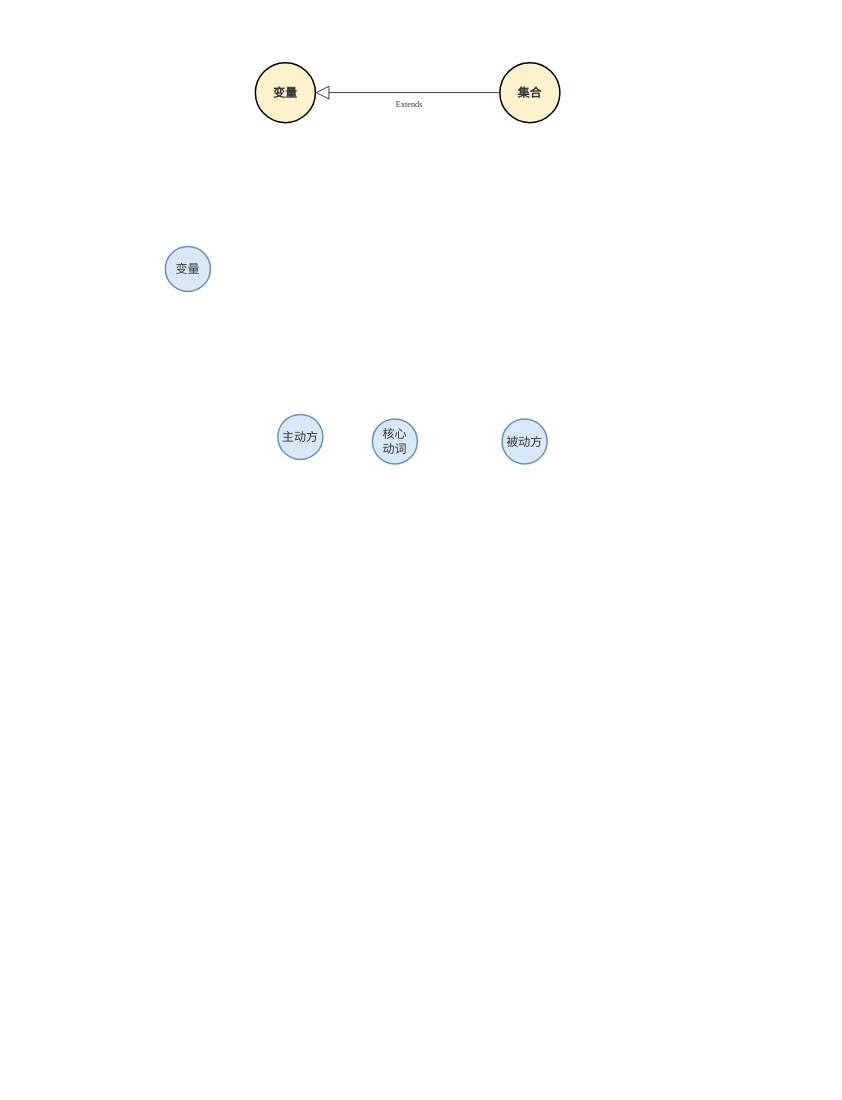
EntelechySystem/EntelechySystem_theory keeps this draw.io diagram as page "语言之结构" (5 of 5) of Notes/概念/概念与语言.drawio. Above is the earlier version. Source tidied: cells renumbered, new cells numbered last; positions are measured from the earlier drawing's top-left corner, leaving out a move shared by most shapes. Both pictures are drawn from the tidied source at 75%, with x=0, y=0 at pixel (165, 62).
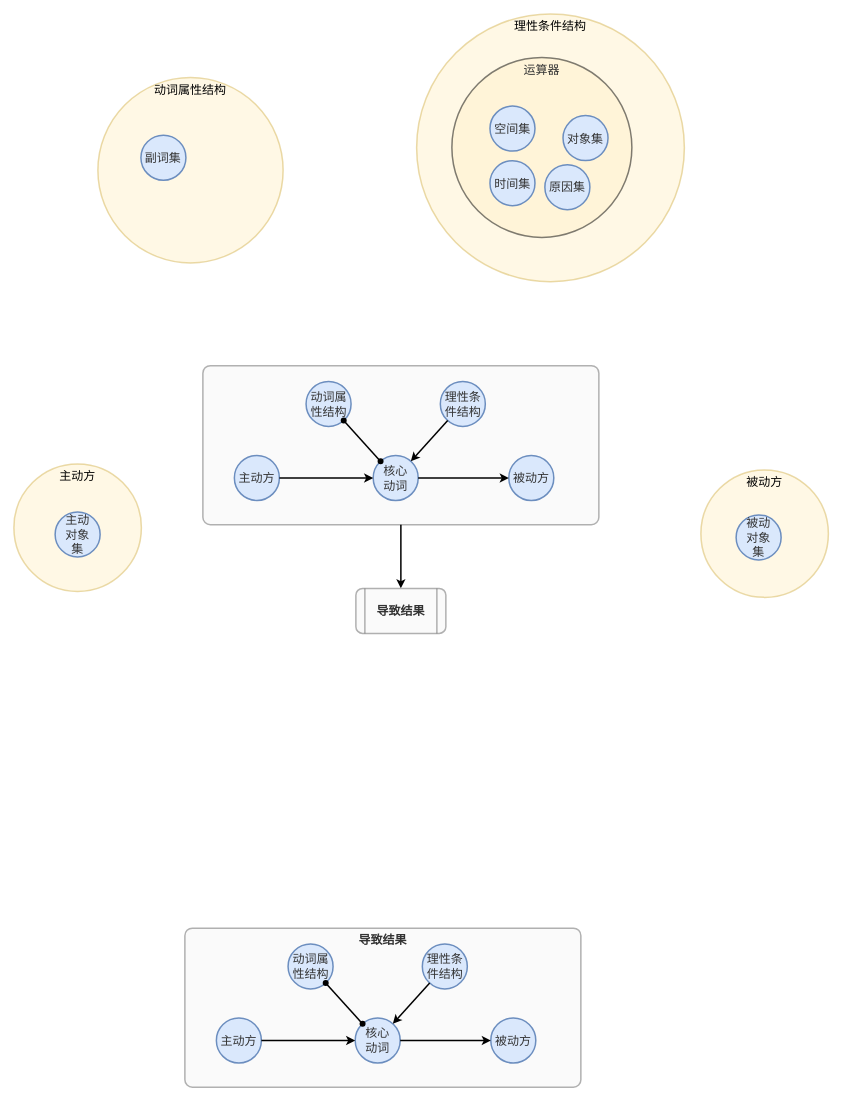
After the change.

The edit, as a diff of the source:
```diff
@@
-    <mxCell id="2" value="变量" style="ellipse;whiteSpace=wrap;html=1;fontFamily=Times New Roman;fontSize=16;align=center;strokeColor=#6c8ebf;fillColor=#dae8fc;strokeWidth=2;comic=0;labelBorderColor=none;fontColor=#333333;glass=0;" parent="1" vertex="1">
-      <mxGeometry y="245" width="60" height="60" as="geometry" />
-    </mxCell>
-    <mxCell id="3" value="&lt;font style=&quot;font-size: 16px;&quot;&gt;变量&lt;br&gt;&lt;/font&gt;" style="ellipse;whiteSpace=wrap;html=1;fontFamily=Times New Roman;fontSize=12;fontColor=#333333;align=center;strokeColor=default;fillColor=#fff2cc;strokeWidth=2;fontStyle=1;" parent="1" vertex="1">
-      <mxGeometry x="120" width="80" height="80" as="geometry" />
-    </mxCell>
-    <mxCell id="4" value="&lt;font style=&quot;font-size: 16px;&quot;&gt;集合&lt;br&gt;&lt;/font&gt;" style="ellipse;whiteSpace=wrap;html=1;fontFamily=Times New Roman;fontSize=12;fontColor=#333333;align=center;strokeColor=default;fillColor=#fff2cc;strokeWidth=2;fontStyle=1;" parent="1" vertex="1">
-      <mxGeometry x="446" width="80" height="80" as="geometry" />
-    </mxCell>
-    <mxCell id="5" value="Extends" style="endArrow=block;endSize=16;endFill=0;html=1;rounded=0;fontFamily=Times New Roman;fontColor=#333333;" parent="1" edge="1" source="4" target="3">
-      <mxGeometry x="-0.02" y="16" relative="1" as="geometry" />
-    </mxCell>
+    <mxCell id="9" value="理性条件结构" style="ellipse;whiteSpace=wrap;html=1;fontFamily=Times New Roman;fontSize=16;align=center;strokeColor=#d6b656;fillColor=#fff2cc;strokeWidth=2;verticalAlign=top;opacity=50;" parent="1" vertex="1">
+      <mxGeometry x="335" y="-65" width="357" height="357" as="geometry" />
+    </mxCell>
+    <mxCell id="10" value="运算器" style="ellipse;whiteSpace=wrap;html=1;fontFamily=Times New Roman;fontSize=16;fontColor=#333333;align=center;strokeColor=default;fillColor=#fff2cc;strokeWidth=2;verticalAlign=top;opacity=50;" parent="9" vertex="1">
+      <mxGeometry x="47" y="58" width="240" height="240" as="geometry" />
+    </mxCell>
+    <mxCell id="11" value="空间集" style="ellipse;whiteSpace=wrap;html=1;fontFamily=Times New Roman;fontSize=16;align=center;strokeColor=#6c8ebf;fillColor=#dae8fc;strokeWidth=2;comic=0;labelBorderColor=none;fontColor=#333333;glass=0;" parent="10" vertex="1">
+      <mxGeometry x="50.8" y="64.9" width="60" height="60" as="geometry" />
+    </mxCell>
+    <mxCell id="12" value="对象集" style="ellipse;whiteSpace=wrap;html=1;fontFamily=Times New Roman;fontSize=16;align=center;strokeColor=#6c8ebf;fillColor=#dae8fc;strokeWidth=2;comic=0;labelBorderColor=none;fontColor=#333333;glass=0;" parent="10" vertex="1">
+      <mxGeometry x="148.2" y="77.6" width="60" height="60" as="geometry" />
+    </mxCell>
+    <mxCell id="13" value="时间集" style="ellipse;whiteSpace=wrap;html=1;fontFamily=Times New Roman;fontSize=16;align=center;strokeColor=#6c8ebf;fillColor=#dae8fc;strokeWidth=2;comic=0;labelBorderColor=none;fontColor=#333333;glass=0;" parent="10" vertex="1">
+      <mxGeometry x="50.8" y="137.7" width="60" height="60" as="geometry" />
+    </mxCell>
+    <mxCell id="14" value="原因集" style="ellipse;whiteSpace=wrap;html=1;fontFamily=Times New Roman;fontSize=16;align=center;strokeColor=#6c8ebf;fillColor=#dae8fc;strokeWidth=2;comic=0;labelBorderColor=none;fontColor=#333333;glass=0;" parent="10" vertex="1">
+      <mxGeometry x="124" y="143" width="60" height="60" as="geometry" />
+    </mxCell>
+    <mxCell id="15" style="rounded=1;whiteSpace=wrap;html=1;fillColor=#f5f5f5;strokeWidth=2;strokeColor=#666666;fontSize=16;fontFamily=Times New Roman;fontColor=#333333;comic=0;fontStyle=1;verticalAlign=top;opacity=50;absoluteArcSize=1;" parent="1" vertex="1">
+      <mxGeometry x="50" y="404" width="528" height="212" as="geometry" />
+    </mxCell>
-    <mxCell id="6" value="核心&lt;br&gt;动词" style="ellipse;whiteSpace=wrap;html=1;fontFamily=Times New Roman;fontSize=16;align=center;strokeColor=#6c8ebf;fillColor=#dae8fc;strokeWidth=2;comic=0;snapToPoint=0;labelBorderColor=none;fontColor=#333333;glass=0;" parent="1" vertex="1">
-      <mxGeometry x="276" y="475" width="60" height="60" as="geometry" />
+    <mxCell id="6" value="核心&lt;br&gt;动词" style="ellipse;whiteSpace=wrap;html=1;fontFamily=Times New Roman;fontSize=16;align=center;strokeColor=#6c8ebf;fillColor=#dae8fc;strokeWidth=2;comic=0;snapToPoint=0;labelBorderColor=none;fontColor=#333333;glass=0;flipH=1;flipV=1;" parent="15" vertex="1">
+      <mxGeometry x="227.1" y="119.8" width="60" height="60" as="geometry" />
     </mxCell>
-    <mxCell id="7" value="主动方" style="ellipse;whiteSpace=wrap;html=1;fontFamily=Times New Roman;fontSize=16;align=center;strokeColor=#6c8ebf;fillColor=#dae8fc;strokeWidth=2;comic=0;snapToPoint=0;labelBorderColor=none;fontColor=#333333;glass=0;" parent="1" vertex="1">
-      <mxGeometry x="150" y="469" width="60" height="60" as="geometry" />
+    <mxCell id="7" value="主动方" style="ellipse;whiteSpace=wrap;html=1;fontFamily=Times New Roman;fontSize=16;align=center;strokeColor=#6c8ebf;fillColor=#dae8fc;strokeWidth=2;comic=0;snapToPoint=0;labelBorderColor=none;fontColor=#333333;glass=0;" parent="15" vertex="1">
+      <mxGeometry x="42" y="119.8" width="60" height="60" as="geometry" />
     </mxCell>
-    <mxCell id="8" value="被动方" style="ellipse;whiteSpace=wrap;html=1;fontFamily=Times New Roman;fontSize=16;align=center;strokeColor=#6c8ebf;fillColor=#dae8fc;strokeWidth=2;comic=0;snapToPoint=0;labelBorderColor=none;fontColor=#333333;glass=0;" parent="1" vertex="1">
-      <mxGeometry x="449" y="475" width="60" height="60" as="geometry" />
+    <mxCell id="8" value="被动方" style="ellipse;whiteSpace=wrap;html=1;fontFamily=Times New Roman;fontSize=16;align=center;strokeColor=#6c8ebf;fillColor=#dae8fc;strokeWidth=2;comic=0;snapToPoint=0;labelBorderColor=none;fontColor=#333333;glass=0;" parent="15" vertex="1">
+      <mxGeometry x="407.9" y="119.8" width="60" height="60" as="geometry" />
     </mxCell>
+    <mxCell id="16" style="edgeStyle=none;shape=connector;rounded=1;jettySize=auto;html=1;labelBackgroundColor=default;fontFamily=Times New Roman;fontSize=11;fontColor=default;startArrow=none;endArrow=classic;endFill=1;strokeColor=default;strokeWidth=2;startFill=0;" parent="15" edge="1" source="7" target="6">
+      <mxGeometry relative="1" as="geometry" />
+    </mxCell>
+    <mxCell id="17" style="edgeStyle=none;shape=connector;rounded=1;jettySize=auto;html=1;labelBackgroundColor=default;fontFamily=Times New Roman;fontSize=11;fontColor=default;startArrow=none;endArrow=classic;endFill=1;strokeColor=default;strokeWidth=2;startFill=0;" parent="15" edge="1" source="6" target="8">
+      <mxGeometry relative="1" as="geometry" />
+    </mxCell>
+    <mxCell id="18" value="动词属性结构" style="ellipse;whiteSpace=wrap;html=1;fontFamily=Times New Roman;fontSize=16;align=center;strokeColor=#6c8ebf;fillColor=#dae8fc;strokeWidth=2;comic=0;snapToPoint=0;labelBorderColor=none;fontColor=#333333;glass=0;" parent="15" vertex="1">
+      <mxGeometry x="137.6" y="21" width="60" height="60" as="geometry" />
+    </mxCell>
+    <mxCell id="19" style="edgeStyle=none;shape=connector;rounded=1;jettySize=auto;html=1;labelBackgroundColor=default;fontFamily=Times New Roman;fontSize=11;fontColor=default;startArrow=oval;endArrow=oval;endFill=1;strokeColor=default;strokeWidth=2;startFill=1;" parent="15" edge="1" source="18" target="6">
+      <mxGeometry relative="1" as="geometry" />
+    </mxCell>
+    <mxCell id="20" value="理性条件结构" style="ellipse;whiteSpace=wrap;html=1;fontFamily=Times New Roman;fontSize=16;align=center;strokeColor=#6c8ebf;fillColor=#dae8fc;strokeWidth=2;comic=0;snapToPoint=0;labelBorderColor=none;fontColor=#333333;glass=0;" parent="15" vertex="1">
+      <mxGeometry x="316.6" y="21" width="60" height="60" as="geometry" />
+    </mxCell>
+    <mxCell id="21" style="edgeStyle=none;shape=connector;rounded=1;jettySize=auto;html=1;labelBackgroundColor=default;fontFamily=Times New Roman;fontSize=11;fontColor=default;startArrow=none;endArrow=classic;endFill=1;strokeColor=default;strokeWidth=2;startFill=0;" parent="15" edge="1" source="20" target="6">
+      <mxGeometry relative="1" as="geometry" />
+    </mxCell>
+    <mxCell id="22" style="edgeStyle=none;shape=connector;rounded=1;jettySize=auto;html=1;labelBackgroundColor=default;fontFamily=Times New Roman;fontSize=11;fontColor=default;startArrow=none;endArrow=classic;endFill=1;strokeColor=default;strokeWidth=2;startFill=0;" parent="1" edge="1" source="15" target="25">
+      <mxGeometry relative="1" as="geometry" />
+    </mxCell>
+    <mxCell id="23" value="动词属性结构" style="ellipse;whiteSpace=wrap;html=1;fontFamily=Times New Roman;fontSize=16;align=center;strokeColor=#d6b656;fillColor=#fff2cc;strokeWidth=2;verticalAlign=top;opacity=50;fontStyle=0;" parent="1" vertex="1">
+      <mxGeometry x="-90" y="20" width="247" height="247" as="geometry" />
+    </mxCell>
+    <mxCell id="24" value="副词集" style="ellipse;whiteSpace=wrap;html=1;fontFamily=Times New Roman;fontSize=16;align=center;strokeColor=#6c8ebf;fillColor=#dae8fc;strokeWidth=2;comic=0;labelBorderColor=none;fontColor=#333333;glass=0;" parent="23" vertex="1">
+      <mxGeometry x="57.4" y="76.8" width="60" height="60" as="geometry" />
+    </mxCell>
+    <mxCell id="25" value="导致结果" style="shape=process;whiteSpace=wrap;html=1;backgroundOutline=1;fontFamily=Times New Roman;fontSize=16;fillColor=#f5f5f5;rounded=1;strokeWidth=2;strokeColor=#666666;comic=0;fontColor=#333333;fontStyle=1;opacity=50;" parent="1" vertex="1">
+      <mxGeometry x="254" y="701" width="120" height="60" as="geometry" />
+    </mxCell>
+    <mxCell id="26" value="主动方" style="ellipse;whiteSpace=wrap;html=1;fontFamily=Times New Roman;fontSize=16;align=center;strokeColor=#d6b656;fillColor=#fff2cc;strokeWidth=2;verticalAlign=top;opacity=50;" parent="1" vertex="1">
+      <mxGeometry x="-202" y="535" width="170" height="170" as="geometry" />
+    </mxCell>
+    <mxCell id="27" value="主动&lt;br&gt;对象&lt;br&gt;集" style="ellipse;whiteSpace=wrap;html=1;fontFamily=Times New Roman;fontSize=16;align=center;strokeColor=#6c8ebf;fillColor=#dae8fc;strokeWidth=2;comic=0;labelBorderColor=none;fontColor=#333333;glass=0;" parent="26" vertex="1">
+      <mxGeometry x="55" y="64" width="60" height="60" as="geometry" />
+    </mxCell>
+    <mxCell id="28" value="被动方" style="ellipse;whiteSpace=wrap;html=1;fontFamily=Times New Roman;fontSize=16;align=center;strokeColor=#d6b656;fillColor=#fff2cc;strokeWidth=2;verticalAlign=top;opacity=50;" parent="1" vertex="1">
+      <mxGeometry x="714" y="543" width="170" height="170" as="geometry" />
+    </mxCell>
+    <mxCell id="29" value="被动&lt;br&gt;对象&lt;br&gt;集" style="ellipse;whiteSpace=wrap;html=1;fontFamily=Times New Roman;fontSize=16;align=center;strokeColor=#6c8ebf;fillColor=#dae8fc;strokeWidth=2;comic=0;labelBorderColor=none;fontColor=#333333;glass=0;" parent="28" vertex="1">
+      <mxGeometry x="47" y="60" width="60" height="60" as="geometry" />
+    </mxCell>
+    <mxCell id="30" value="导致结果" style="rounded=1;whiteSpace=wrap;html=1;fillColor=#f5f5f5;strokeWidth=2;strokeColor=#666666;fontSize=16;fontFamily=Times New Roman;fontColor=#333333;comic=0;fontStyle=1;verticalAlign=top;opacity=50;absoluteArcSize=1;" parent="1" vertex="1">
+      <mxGeometry x="26" y="1154" width="528" height="212" as="geometry" />
+    </mxCell>
+    <mxCell id="31" value="核心&lt;br&gt;动词" style="ellipse;whiteSpace=wrap;html=1;fontFamily=Times New Roman;fontSize=16;align=center;strokeColor=#6c8ebf;fillColor=#dae8fc;strokeWidth=2;comic=0;snapToPoint=0;labelBorderColor=none;fontColor=#333333;glass=0;flipH=1;flipV=1;" parent="30" vertex="1">
+      <mxGeometry x="227.1" y="119.8" width="60" height="60" as="geometry" />
+    </mxCell>
+    <mxCell id="32" value="主动方" style="ellipse;whiteSpace=wrap;html=1;fontFamily=Times New Roman;fontSize=16;align=center;strokeColor=#6c8ebf;fillColor=#dae8fc;strokeWidth=2;comic=0;snapToPoint=0;labelBorderColor=none;fontColor=#333333;glass=0;" parent="30" vertex="1">
+      <mxGeometry x="42" y="119.8" width="60" height="60" as="geometry" />
+    </mxCell>
+    <mxCell id="33" value="被动方" style="ellipse;whiteSpace=wrap;html=1;fontFamily=Times New Roman;fontSize=16;align=center;strokeColor=#6c8ebf;fillColor=#dae8fc;strokeWidth=2;comic=0;snapToPoint=0;labelBorderColor=none;fontColor=#333333;glass=0;" parent="30" vertex="1">
+      <mxGeometry x="407.9" y="119.8" width="60" height="60" as="geometry" />
+    </mxCell>
+    <mxCell id="34" style="edgeStyle=none;shape=connector;rounded=1;jettySize=auto;html=1;labelBackgroundColor=default;fontFamily=Times New Roman;fontSize=11;fontColor=default;startArrow=none;endArrow=classic;endFill=1;strokeColor=default;strokeWidth=2;startFill=0;" parent="30" edge="1" source="32" target="31">
+      <mxGeometry relative="1" as="geometry" />
+    </mxCell>
+    <mxCell id="35" style="edgeStyle=none;shape=connector;rounded=1;jettySize=auto;html=1;labelBackgroundColor=default;fontFamily=Times New Roman;fontSize=11;fontColor=default;startArrow=none;endArrow=classic;endFill=1;strokeColor=default;strokeWidth=2;startFill=0;" parent="30" edge="1" source="31" target="33">
+      <mxGeometry relative="1" as="geometry" />
+    </mxCell>
+    <mxCell id="36" value="动词属性结构" style="ellipse;whiteSpace=wrap;html=1;fontFamily=Times New Roman;fontSize=16;align=center;strokeColor=#6c8ebf;fillColor=#dae8fc;strokeWidth=2;comic=0;snapToPoint=0;labelBorderColor=none;fontColor=#333333;glass=0;" parent="30" vertex="1">
+      <mxGeometry x="137.6" y="21" width="60" height="60" as="geometry" />
+    </mxCell>
+    <mxCell id="37" style="edgeStyle=none;shape=connector;rounded=1;jettySize=auto;html=1;labelBackgroundColor=default;fontFamily=Times New Roman;fontSize=11;fontColor=default;startArrow=oval;endArrow=oval;endFill=1;strokeColor=default;strokeWidth=2;startFill=1;" parent="30" edge="1" source="36" target="31">
+      <mxGeometry relative="1" as="geometry" />
+    </mxCell>
+    <mxCell id="38" value="理性条件结构" style="ellipse;whiteSpace=wrap;html=1;fontFamily=Times New Roman;fontSize=16;align=center;strokeColor=#6c8ebf;fillColor=#dae8fc;strokeWidth=2;comic=0;snapToPoint=0;labelBorderColor=none;fontColor=#333333;glass=0;" parent="30" vertex="1">
+      <mxGeometry x="316.6" y="21" width="60" height="60" as="geometry" />
+    </mxCell>
+    <mxCell id="39" style="edgeStyle=none;shape=connector;rounded=1;jettySize=auto;html=1;labelBackgroundColor=default;fontFamily=Times New Roman;fontSize=11;fontColor=default;startArrow=none;endArrow=classic;endFill=1;strokeColor=default;strokeWidth=2;startFill=0;" parent="30" edge="1" source="38" target="31">
+      <mxGeometry relative="1" as="geometry" />
+    </mxCell>
```
